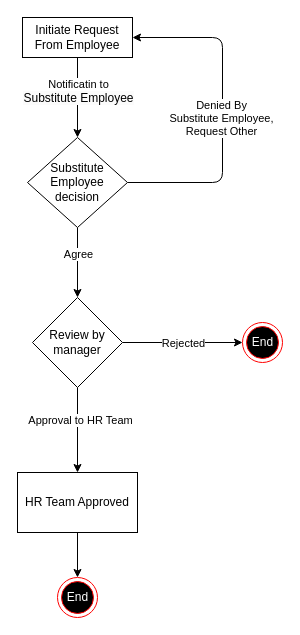
This is Ipack/HR/Leave Request/Leave Request.drawio from PraveenChordia/draw.io, a draw.io file, before an edit. Source tidied: cells renumbered, new cells numbered last; positions are measured from the earlier drawing's top-left corner, leaving out a move shared by most shapes. Both pictures are drawn from the tidied source at 100%, with x=0, y=0 at pixel (17, 17).
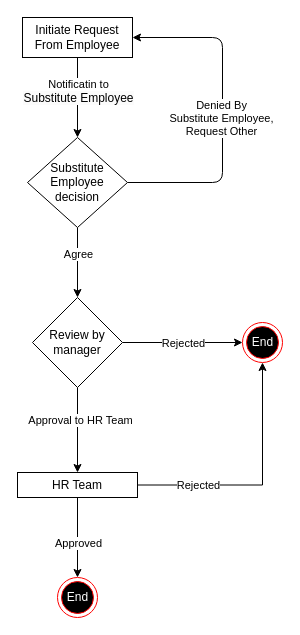
After the change.

Unchanged cells that the change refers to:
```xml
<mxCell id="15" style="edgeStyle=none;html=1;fontColor=#FFFFFF;" parent="1" edge="1" source="16" target="17">
  <mxGeometry relative="1" as="geometry" />
</mxCell>
<mxCell id="18" value="End" style="ellipse;html=1;shape=endState;fillColor=#000000;strokeColor=#ff0000;fontColor=#FFFFFF;" parent="1" vertex="1">
  <mxGeometry x="225" y="305" width="40" height="40" as="geometry" />
</mxCell>
```

What changed in the source:
```diff
@@
+    <mxCell id="19" value="Approved" style="edgeLabel;html=1;align=center;verticalAlign=middle;" parent="15" vertex="1">
+      <mxGeometry x="0.3" y="3" relative="1" as="geometry">
+        <mxPoint x="-3" y="-7" as="offset" />
+      </mxGeometry>
+    </mxCell>
+    <mxCell id="20" style="edgeStyle=orthogonalEdgeStyle;rounded=0;jettySize=auto;html=1;entryX=0.5;entryY=1;entryDx=0;entryDy=0;" parent="1" edge="1" source="16" target="18">
+      <mxGeometry relative="1" as="geometry" />
+    </mxCell>
+    <mxCell id="21" value="Rejected" style="edgeLabel;html=1;align=center;verticalAlign=middle;" parent="20" vertex="1">
+      <mxGeometry x="-0.37" y="-1" relative="1" as="geometry">
+        <mxPoint x="-18" y="-1" as="offset" />
+      </mxGeometry>
+    </mxCell>
-    <mxCell id="16" value="HR Team Approved" style="whiteSpace=wrap;html=1;" parent="1" vertex="1">
-      <mxGeometry y="455" width="120" height="60" as="geometry" />
+    <mxCell id="16" value="HR Team" style="whiteSpace=wrap;html=1;" parent="1" vertex="1">
+      <mxGeometry y="455" width="120" height="25" as="geometry" />
     </mxCell>
```
